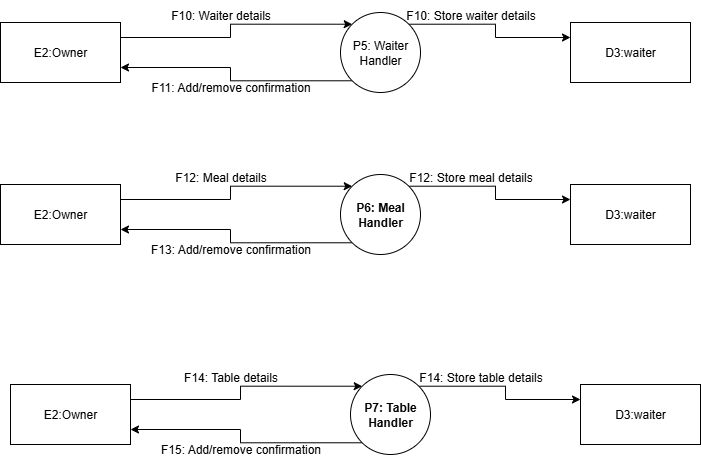
EyasSh/Resturant keeps this draw.io diagram as Diagrams/DFD0.Owner .drawio.png. Above is the earlier version. Source tidied: cells renumbered, new cells last; positions are measured from the earlier drawing's top-left corner, leaving out a move shared by most shapes.
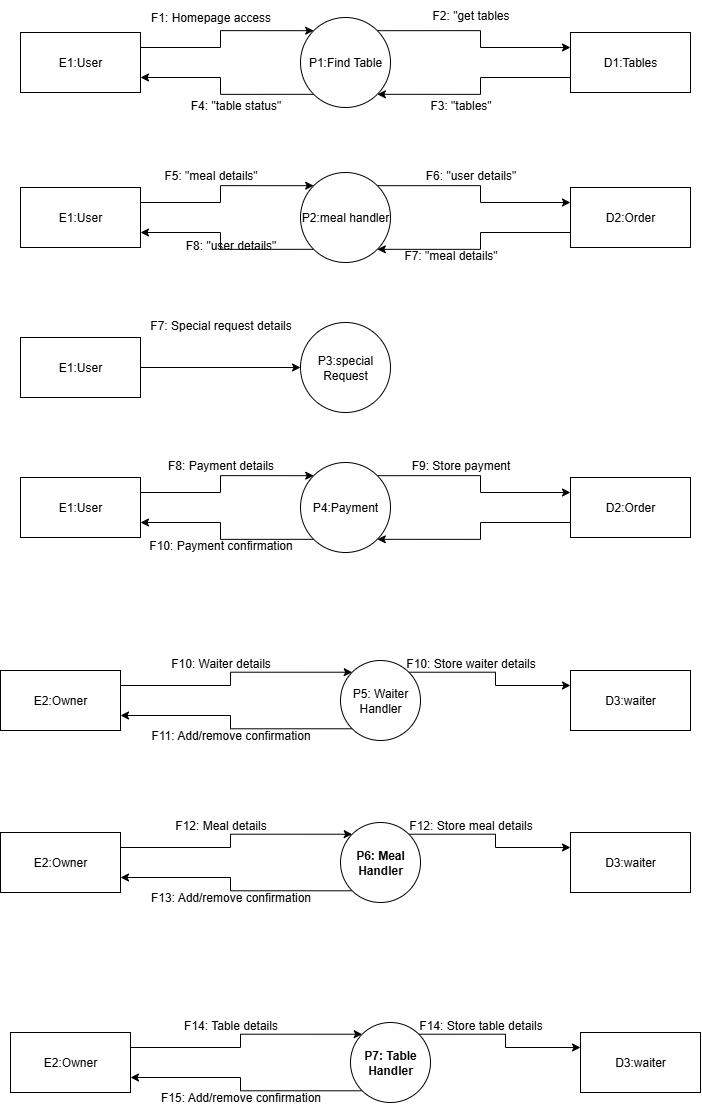
Later version of the same file.

The edit, as a diff of the source:
```diff
@@ -83,5 +83,113 @@
     <mxCell id="28" value="F15: Add/remove confirmation" style="text;html=1;align=center;verticalAlign=middle;strokeColor=none;fillColor=none;" parent="1" vertex="1">
       <mxGeometry x="150" y="434" width="180" height="30" as="geometry" />
     </mxCell>
+    <mxCell id="29" style="edgeStyle=orthogonalEdgeStyle;rounded=0;jettySize=auto;html=1;exitX=1;exitY=0.25;exitDx=0;exitDy=0;entryX=0;entryY=0;entryDx=0;entryDy=0;" parent="1" edge="1" source="30" target="35">
+      <mxGeometry relative="1" as="geometry" />
+    </mxCell>
+    <mxCell id="30" value="E1:User" style="rounded=0;whiteSpace=wrap;html=1;" parent="1" vertex="1">
+      <mxGeometry x="20" y="-616" width="120" height="60" as="geometry" />
+    </mxCell>
+    <mxCell id="31" style="edgeStyle=orthogonalEdgeStyle;rounded=0;jettySize=auto;html=1;exitX=0;exitY=0.75;exitDx=0;exitDy=0;entryX=1;entryY=1;entryDx=0;entryDy=0;" parent="1" edge="1" source="32" target="35">
+      <mxGeometry relative="1" as="geometry" />
+    </mxCell>
+    <mxCell id="32" value="D1:Tables" style="rounded=0;whiteSpace=wrap;html=1;" parent="1" vertex="1">
+      <mxGeometry x="570" y="-616" width="120" height="60" as="geometry" />
+    </mxCell>
+    <mxCell id="33" style="edgeStyle=orthogonalEdgeStyle;rounded=0;jettySize=auto;html=1;exitX=1;exitY=0;exitDx=0;exitDy=0;entryX=0;entryY=0.25;entryDx=0;entryDy=0;" parent="1" edge="1" source="35" target="32">
+      <mxGeometry relative="1" as="geometry" />
+    </mxCell>
+    <mxCell id="34" style="edgeStyle=orthogonalEdgeStyle;rounded=0;jettySize=auto;html=1;exitX=0;exitY=1;exitDx=0;exitDy=0;entryX=1;entryY=0.75;entryDx=0;entryDy=0;" parent="1" edge="1" source="35" target="30">
+      <mxGeometry relative="1" as="geometry" />
+    </mxCell>
+    <mxCell id="35" value="P1:Find Table" style="ellipse;whiteSpace=wrap;html=1;" parent="1" vertex="1">
+      <mxGeometry x="300" y="-631" width="90" height="90" as="geometry" />
+    </mxCell>
+    <mxCell id="36" style="edgeStyle=orthogonalEdgeStyle;rounded=0;jettySize=auto;html=1;exitX=1;exitY=0.25;exitDx=0;exitDy=0;entryX=0;entryY=0;entryDx=0;entryDy=0;" parent="1" edge="1" source="37" target="42">
+      <mxGeometry relative="1" as="geometry" />
+    </mxCell>
+    <mxCell id="37" value="E1:User" style="rounded=0;whiteSpace=wrap;html=1;" parent="1" vertex="1">
+      <mxGeometry x="20" y="-461" width="120" height="60" as="geometry" />
+    </mxCell>
+    <mxCell id="38" style="edgeStyle=orthogonalEdgeStyle;rounded=0;jettySize=auto;html=1;exitX=0;exitY=0.75;exitDx=0;exitDy=0;entryX=1;entryY=1;entryDx=0;entryDy=0;" parent="1" edge="1" source="39" target="42">
+      <mxGeometry relative="1" as="geometry" />
+    </mxCell>
+    <mxCell id="39" value="D2:Order" style="rounded=0;whiteSpace=wrap;html=1;" parent="1" vertex="1">
+      <mxGeometry x="570" y="-461" width="120" height="60" as="geometry" />
+    </mxCell>
+    <mxCell id="40" style="edgeStyle=orthogonalEdgeStyle;rounded=0;jettySize=auto;html=1;exitX=1;exitY=0;exitDx=0;exitDy=0;entryX=0;entryY=0.25;entryDx=0;entryDy=0;" parent="1" edge="1" source="42" target="39">
+      <mxGeometry relative="1" as="geometry" />
+    </mxCell>
+    <mxCell id="41" style="edgeStyle=orthogonalEdgeStyle;rounded=0;jettySize=auto;html=1;exitX=0;exitY=1;exitDx=0;exitDy=0;entryX=1;entryY=0.75;entryDx=0;entryDy=0;" parent="1" edge="1" source="42" target="37">
+      <mxGeometry relative="1" as="geometry" />
+    </mxCell>
+    <mxCell id="42" value="P2:meal handler" style="ellipse;whiteSpace=wrap;html=1;" parent="1" vertex="1">
+      <mxGeometry x="300" y="-476" width="90" height="90" as="geometry" />
+    </mxCell>
+    <mxCell id="43" style="edgeStyle=orthogonalEdgeStyle;rounded=0;jettySize=auto;html=1;exitX=1;exitY=0.25;exitDx=0;exitDy=0;entryX=0;entryY=0;entryDx=0;entryDy=0;" parent="1" edge="1" source="44" target="49">
+      <mxGeometry relative="1" as="geometry" />
+    </mxCell>
+    <mxCell id="44" value="E1:User" style="rounded=0;whiteSpace=wrap;html=1;" parent="1" vertex="1">
+      <mxGeometry x="20" y="-171" width="120" height="60" as="geometry" />
+    </mxCell>
+    <mxCell id="45" style="edgeStyle=orthogonalEdgeStyle;rounded=0;jettySize=auto;html=1;exitX=0;exitY=0.75;exitDx=0;exitDy=0;entryX=1;entryY=1;entryDx=0;entryDy=0;" parent="1" edge="1" source="46" target="49">
+      <mxGeometry relative="1" as="geometry" />
+    </mxCell>
+    <mxCell id="46" value="D2:Order" style="rounded=0;whiteSpace=wrap;html=1;" parent="1" vertex="1">
+      <mxGeometry x="570" y="-171" width="120" height="60" as="geometry" />
+    </mxCell>
+    <mxCell id="47" style="edgeStyle=orthogonalEdgeStyle;rounded=0;jettySize=auto;html=1;exitX=1;exitY=0;exitDx=0;exitDy=0;entryX=0;entryY=0.25;entryDx=0;entryDy=0;" parent="1" edge="1" source="49" target="46">
+      <mxGeometry relative="1" as="geometry" />
+    </mxCell>
+    <mxCell id="48" style="edgeStyle=orthogonalEdgeStyle;rounded=0;jettySize=auto;html=1;exitX=0;exitY=1;exitDx=0;exitDy=0;entryX=1;entryY=0.75;entryDx=0;entryDy=0;" parent="1" edge="1" source="49" target="44">
+      <mxGeometry relative="1" as="geometry" />
+    </mxCell>
+    <mxCell id="49" value="P4:Payment" style="ellipse;whiteSpace=wrap;html=1;" parent="1" vertex="1">
+      <mxGeometry x="300" y="-186" width="90" height="90" as="geometry" />
+    </mxCell>
+    <mxCell id="50" style="edgeStyle=orthogonalEdgeStyle;rounded=0;jettySize=auto;html=1;exitX=1;exitY=0.5;exitDx=0;exitDy=0;" parent="1" edge="1" source="51" target="52">
+      <mxGeometry relative="1" as="geometry" />
+    </mxCell>
+    <mxCell id="51" value="E1:User" style="rounded=0;whiteSpace=wrap;html=1;" parent="1" vertex="1">
+      <mxGeometry x="20" y="-311" width="120" height="60" as="geometry" />
+    </mxCell>
+    <mxCell id="52" value="P3:special Request" style="ellipse;whiteSpace=wrap;html=1;" parent="1" vertex="1">
+      <mxGeometry x="300" y="-326" width="90" height="90" as="geometry" />
+    </mxCell>
+    <mxCell id="53" value="F1: Homepage access" style="text;html=1;align=center;verticalAlign=middle;strokeColor=none;fillColor=none;" parent="1" vertex="1">
+      <mxGeometry x="140" y="-646" width="140" height="30" as="geometry" />
+    </mxCell>
+    <mxCell id="54" value="F2: &quot;get tables" style="text;html=1;align=center;verticalAlign=middle;strokeColor=none;fillColor=none;" parent="1" vertex="1">
+      <mxGeometry x="420" y="-648" width="100" height="30" as="geometry" />
+    </mxCell>
+    <mxCell id="55" value="F3: &quot;tables&quot;" style="text;html=1;align=center;verticalAlign=middle;strokeColor=none;fillColor=none;" parent="1" vertex="1">
+      <mxGeometry x="420" y="-558" width="80" height="30" as="geometry" />
+    </mxCell>
+    <mxCell id="56" value="F4: &quot;table status&quot;" style="text;html=1;align=center;verticalAlign=middle;strokeColor=none;fillColor=none;" parent="1" vertex="1">
+      <mxGeometry x="180" y="-558" width="110" height="30" as="geometry" />
+    </mxCell>
+    <mxCell id="57" value="F5: &quot;meal details&quot;" style="text;html=1;align=center;verticalAlign=middle;strokeColor=none;fillColor=none;" parent="1" vertex="1">
+      <mxGeometry x="150" y="-488" width="120" height="30" as="geometry" />
+    </mxCell>
+    <mxCell id="58" value="F6: &quot;user details&quot;" style="text;html=1;align=center;verticalAlign=middle;strokeColor=none;fillColor=none;" parent="1" vertex="1">
+      <mxGeometry x="415" y="-488" width="110" height="30" as="geometry" />
+    </mxCell>
+    <mxCell id="59" value="F7: &quot;meal details&quot;" style="text;html=1;align=center;verticalAlign=middle;strokeColor=none;fillColor=none;" parent="1" vertex="1">
+      <mxGeometry x="390" y="-408" width="120" height="30" as="geometry" />
+    </mxCell>
+    <mxCell id="60" value="F8: &quot;user details&quot;" style="text;html=1;align=center;verticalAlign=middle;strokeColor=none;fillColor=none;" parent="1" vertex="1">
+      <mxGeometry x="175" y="-418" width="110" height="30" as="geometry" />
+    </mxCell>
+    <mxCell id="61" value="F7: Special request details" style="text;html=1;align=center;verticalAlign=middle;strokeColor=none;fillColor=none;" parent="1" vertex="1">
+      <mxGeometry x="140" y="-338" width="160" height="30" as="geometry" />
+    </mxCell>
+    <mxCell id="62" value="F8: Payment details" style="text;html=1;align=center;verticalAlign=middle;strokeColor=none;fillColor=none;" parent="1" vertex="1">
+      <mxGeometry x="155" y="-198" width="130" height="30" as="geometry" />
+    </mxCell>
+    <mxCell id="63" value="F9: Store payment" style="text;html=1;align=center;verticalAlign=middle;strokeColor=none;fillColor=none;" parent="1" vertex="1">
+      <mxGeometry x="400" y="-198" width="120" height="30" as="geometry" />
+    </mxCell>
+    <mxCell id="64" value="F10: Payment confirmation" style="text;html=1;align=center;verticalAlign=middle;strokeColor=none;fillColor=none;" parent="1" vertex="1">
+      <mxGeometry x="135" y="-118" width="170" height="30" as="geometry" />
+    </mxCell>
   </root>
 </mxGraphModel>
```
